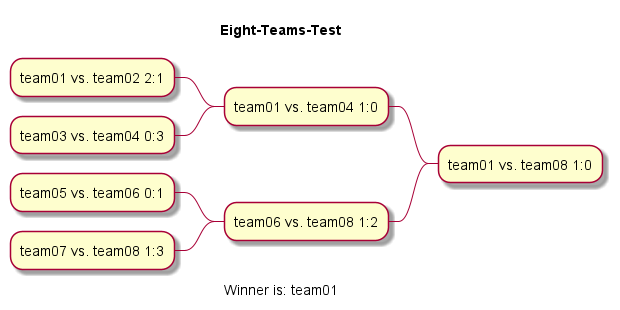
Above: asciidocs/images/generated-diagrams/Eight-Teams-Test.png in htl-leonding-project/2022-4ahif-autohaus (PlantUML), before the change. Its diagram source:
```plantuml
@startmindmap Eight-Teams-Test.svg
title Eight-Teams-Test

- team01 vs. team08 1:0

-- team01 vs. team04 1:0

--- team01 vs. team02 2:1

--- team03 vs. team04 0:3

-- team06 vs. team08 1:2

--- team05 vs. team06 0:1

--- team07 vs. team08 1:3
caption Winner is: team01
@endmindmap
```
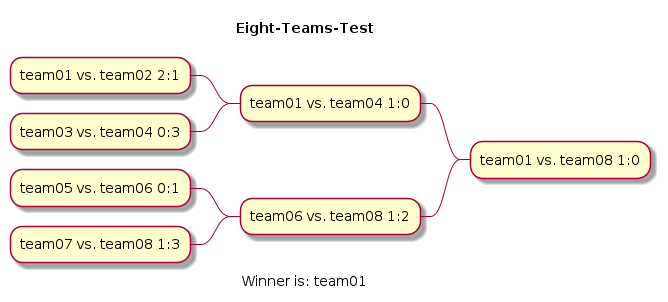
The same diagram one commit later.

Diff of the diagram source:
```diff
@@ -1,4 +1,4 @@
-@startmindmap Eight-Teams-Test.svg
+@startmindmap Eight-Teams-Test.png
 title Eight-Teams-Test
 
 - team01 vs. team08 1:0
```
